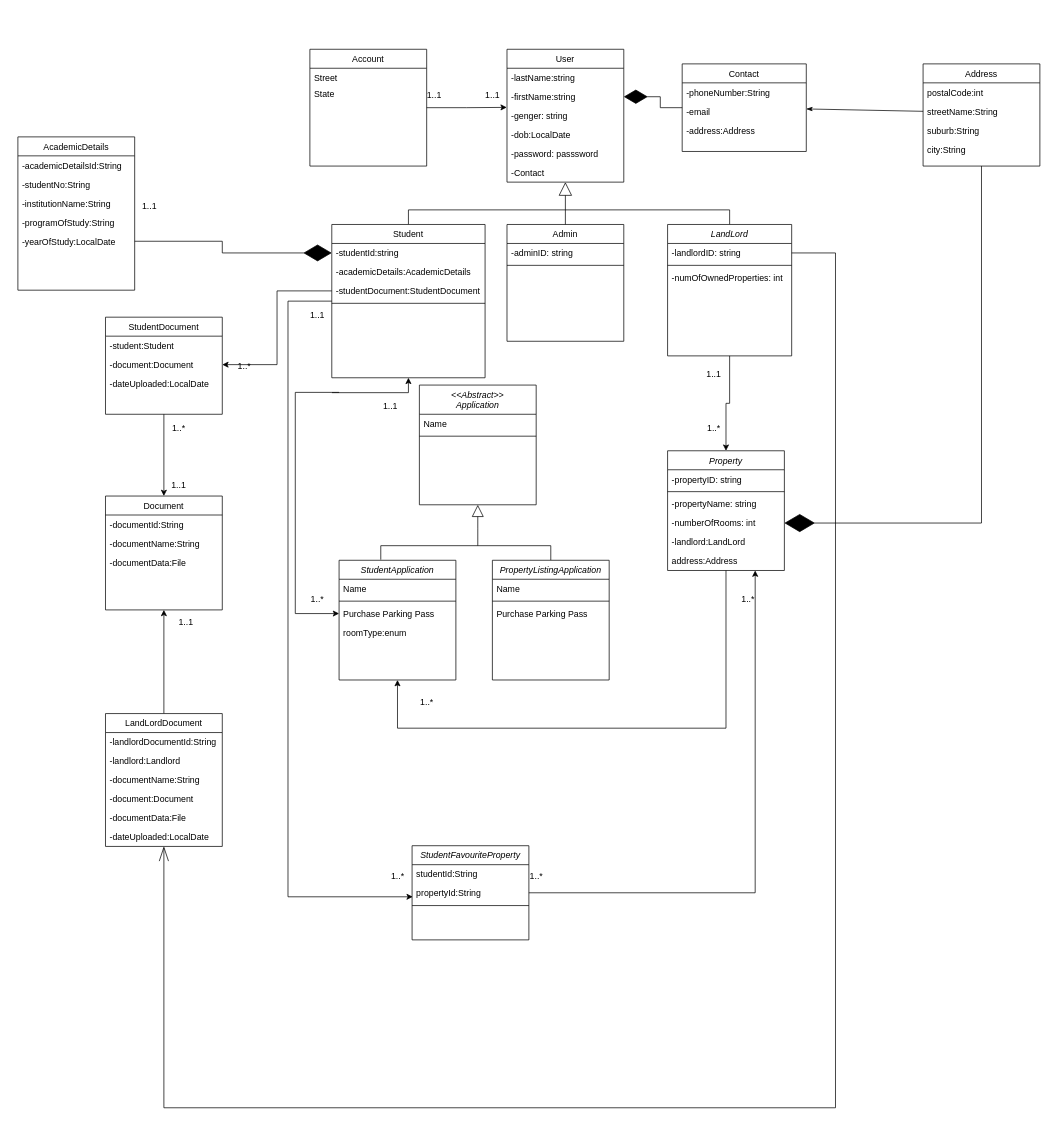
This is UMLDiagram.drawio from SETHU60/cput_accomodation_application, a draw.io file, before an edit. Source tidied: cells renumbered, new cells numbered last; positions are measured from the earlier drawing's top-left corner, leaving out a move shared by most shapes. Both pictures are drawn from the tidied source at 73%, with x=0, y=0 at pixel (18, 49).
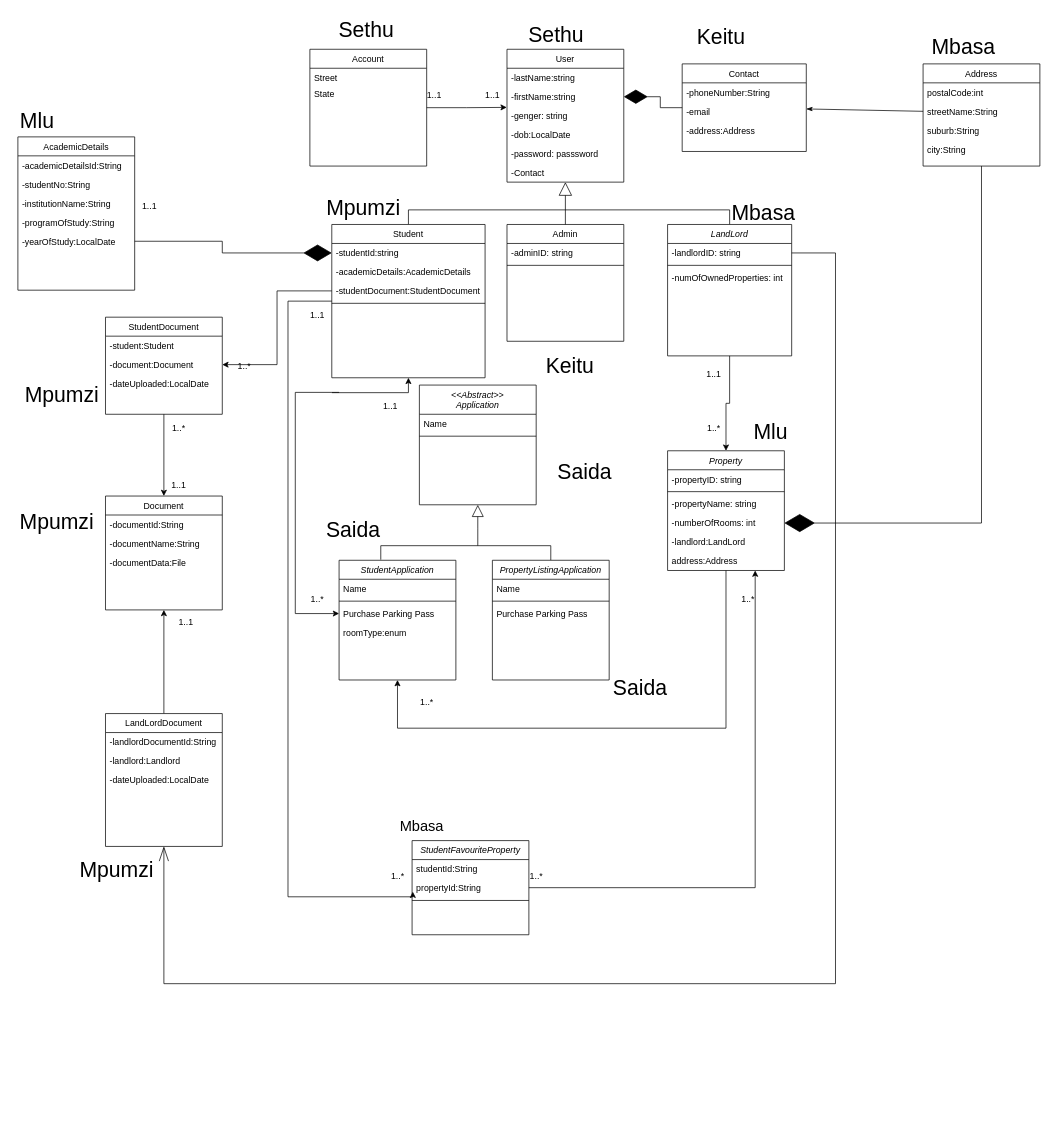
After the change.

Unchanged cells that the change refers to:
```xml
<mxCell id="13" value="-landlordID: string" style="text;align=left;verticalAlign=top;spacingLeft=4;spacingRight=4;overflow=hidden;points=[[0,0.5],[1,0.5]];portConstraint=eastwest;" parent="12" vertex="1">
  <mxGeometry y="26" width="170" height="26" as="geometry" />
</mxCell>
<mxCell id="83" value="LandLordDocument" style="swimlane;fontStyle=0;align=center;verticalAlign=top;horizontal=1;startSize=26;rounded=0;shadow=0;strokeWidth=1;" parent="1" vertex="1">
  <mxGeometry x="120" y="910" width="160" height="182" as="geometry" />
</mxCell>
```

Change to the diagram source:
```diff
@@
     <mxCell id="82" style="edgeStyle=orthogonalEdgeStyle;rounded=0;jettySize=auto;html=1;entryX=1;entryY=0.5;entryDx=0;entryDy=0;endArrow=none;endFill=0;startArrow=openThin;startFill=0;startSize=18;" parent="1" edge="1" source="83" target="13">
       <mxGeometry relative="1" as="geometry">
         <Array as="points">
-          <mxPoint x="200" y="1450" />
-          <mxPoint x="1120" y="1450" />
+          <mxPoint x="200" y="1280" />
+          <mxPoint x="1120" y="1280" />
           <mxPoint x="1120" y="279" />
         </Array>
       </mxGeometry>
     </mxCell>
@@
-    <mxCell id="86" value="-documentName:String" style="text;align=left;verticalAlign=top;spacingLeft=4;spacingRight=4;overflow=hidden;" parent="83" vertex="1">
-      <mxGeometry y="78" width="160" height="26" as="geometry" />
-    </mxCell>
-    <mxCell id="87" value="-document:Document" style="text;align=left;verticalAlign=top;spacingLeft=4;spacingRight=4;overflow=hidden;" parent="83" vertex="1">
-      <mxGeometry y="104" width="160" height="26" as="geometry" />
-    </mxCell>
-    <mxCell id="88" value="-documentData:File" style="text;align=left;verticalAlign=top;spacingLeft=4;spacingRight=4;overflow=hidden;" parent="83" vertex="1">
-      <mxGeometry y="130" width="160" height="26" as="geometry" />
-    </mxCell>
     <mxCell id="89" value="-dateUploaded:LocalDate" style="text;align=left;verticalAlign=top;spacingLeft=4;spacingRight=4;overflow=hidden;" parent="83" vertex="1">
-      <mxGeometry y="156" width="160" height="26" as="geometry" />
+      <mxGeometry y="78" width="160" height="26" as="geometry" />
     </mxCell>
@@
     <mxCell id="92" value="StudentFavouriteProperty" style="swimlane;fontStyle=2;align=center;verticalAlign=top;horizontal=1;startSize=26;rounded=0;shadow=0;strokeWidth=1;" parent="1" vertex="1">
-      <mxGeometry x="540" y="1091" width="160" height="129" as="geometry" />
+      <mxGeometry x="540" y="1084" width="160" height="129" as="geometry" />
     </mxCell>
@@
+    <mxCell id="112" value="&lt;font style=&quot;font-size: 29px;&quot;&gt;Mlu&lt;/font&gt;" style="text;html=1;align=center;verticalAlign=middle;strokeColor=none;fillColor=none;" parent="1" vertex="1">
+      <mxGeometry x="-7" y="74" width="65" height="47" as="geometry" />
+    </mxCell>
+    <mxCell id="113" value="&lt;font style=&quot;font-size: 29px;&quot;&gt;Mbasa&lt;/font&gt;" style="text;html=1;align=center;verticalAlign=middle;strokeColor=none;fillColor=none;" parent="1" vertex="1">
+      <mxGeometry x="968" y="200" width="105" height="47" as="geometry" />
+    </mxCell>
+    <mxCell id="114" value="&lt;font style=&quot;font-size: 29px;&quot;&gt;Mbasa&lt;/font&gt;" style="text;html=1;align=center;verticalAlign=middle;strokeColor=none;fillColor=none;" parent="1" vertex="1">
+      <mxGeometry x="1242" y="-27" width="105" height="47" as="geometry" />
+    </mxCell>
+    <mxCell id="115" value="&lt;font style=&quot;font-size: 29px;&quot;&gt;Mlu&lt;/font&gt;" style="text;html=1;align=center;verticalAlign=middle;strokeColor=none;fillColor=none;" parent="1" vertex="1">
+      <mxGeometry x="998" y="500" width="65" height="47" as="geometry" />
+    </mxCell>
+    <mxCell id="116" value="&lt;span style=&quot;font-size: 29px;&quot;&gt;Keitu&lt;/span&gt;" style="text;html=1;align=center;verticalAlign=middle;strokeColor=none;fillColor=none;" parent="1" vertex="1">
+      <mxGeometry x="714" y="410" width="84" height="47" as="geometry" />
+    </mxCell>
+    <mxCell id="117" value="&lt;font style=&quot;font-size: 29px;&quot;&gt;Keitu&lt;/font&gt;" style="text;html=1;align=center;verticalAlign=middle;strokeColor=none;fillColor=none;" parent="1" vertex="1">
+      <mxGeometry x="921" y="-41" width="84" height="47" as="geometry" />
+    </mxCell>
+    <mxCell id="118" value="&lt;font style=&quot;font-size: 29px;&quot;&gt;Sethu&lt;/font&gt;" style="text;html=1;align=center;verticalAlign=middle;strokeColor=none;fillColor=none;" parent="1" vertex="1">
+      <mxGeometry x="690" y="-44" width="94" height="47" as="geometry" />
+    </mxCell>
+    <mxCell id="119" value="&lt;font style=&quot;font-size: 29px;&quot;&gt;Sethu&lt;/font&gt;" style="text;html=1;align=center;verticalAlign=middle;strokeColor=none;fillColor=none;" parent="1" vertex="1">
+      <mxGeometry x="430" y="-50" width="94" height="47" as="geometry" />
+    </mxCell>
+    <mxCell id="120" value="&lt;span style=&quot;font-size: 29px;&quot;&gt;Saida&lt;/span&gt;" style="text;html=1;align=center;verticalAlign=middle;strokeColor=none;fillColor=none;" parent="1" vertex="1">
+      <mxGeometry x="806" y="851" width="92" height="47" as="geometry" />
+    </mxCell>
+    <mxCell id="121" value="&lt;font style=&quot;font-size: 29px;&quot;&gt;Mpumzi&lt;/font&gt;" style="text;html=1;align=center;verticalAlign=middle;strokeColor=none;fillColor=none;" parent="1" vertex="1">
+      <mxGeometry x="413" y="193" width="120" height="47" as="geometry" />
+    </mxCell>
+    <mxCell id="122" value="&lt;font style=&quot;font-size: 29px;&quot;&gt;Mpumzi&lt;/font&gt;" style="text;html=1;align=center;verticalAlign=middle;strokeColor=none;fillColor=none;" parent="1" vertex="1">
+      <mxGeometry y="450" width="120" height="47" as="geometry" />
+    </mxCell>
+    <mxCell id="123" value="&lt;font style=&quot;font-size: 29px;&quot;&gt;Mpumzi&lt;/font&gt;" style="text;html=1;align=center;verticalAlign=middle;strokeColor=none;fillColor=none;" parent="1" vertex="1">
+      <mxGeometry x="-7" y="624" width="120" height="47" as="geometry" />
+    </mxCell>
+    <mxCell id="124" value="&lt;span style=&quot;font-size: 29px;&quot;&gt;Saida&lt;/span&gt;" style="text;html=1;align=center;verticalAlign=middle;strokeColor=none;fillColor=none;" parent="1" vertex="1">
+      <mxGeometry x="413" y="634" width="92" height="47" as="geometry" />
+    </mxCell>
+    <mxCell id="125" value="&lt;span style=&quot;font-size: 29px;&quot;&gt;Saida&lt;/span&gt;" style="text;html=1;align=center;verticalAlign=middle;strokeColor=none;fillColor=none;" parent="1" vertex="1">
+      <mxGeometry x="730" y="555" width="92" height="47" as="geometry" />
+    </mxCell>
+    <mxCell id="126" value="&lt;font style=&quot;font-size: 20px;&quot;&gt;Mbasa&lt;/font&gt;" style="text;html=1;align=center;verticalAlign=middle;strokeColor=none;fillColor=none;" parent="1" vertex="1">
+      <mxGeometry x="514" y="1045" width="78" height="36" as="geometry" />
+    </mxCell>
+    <mxCell id="127" value="&lt;font style=&quot;font-size: 29px;&quot;&gt;Mpumzi&lt;/font&gt;" style="text;html=1;align=center;verticalAlign=middle;strokeColor=none;fillColor=none;" parent="1" vertex="1">
+      <mxGeometry x="75" y="1101" width="120" height="47" as="geometry" />
+    </mxCell>
```
